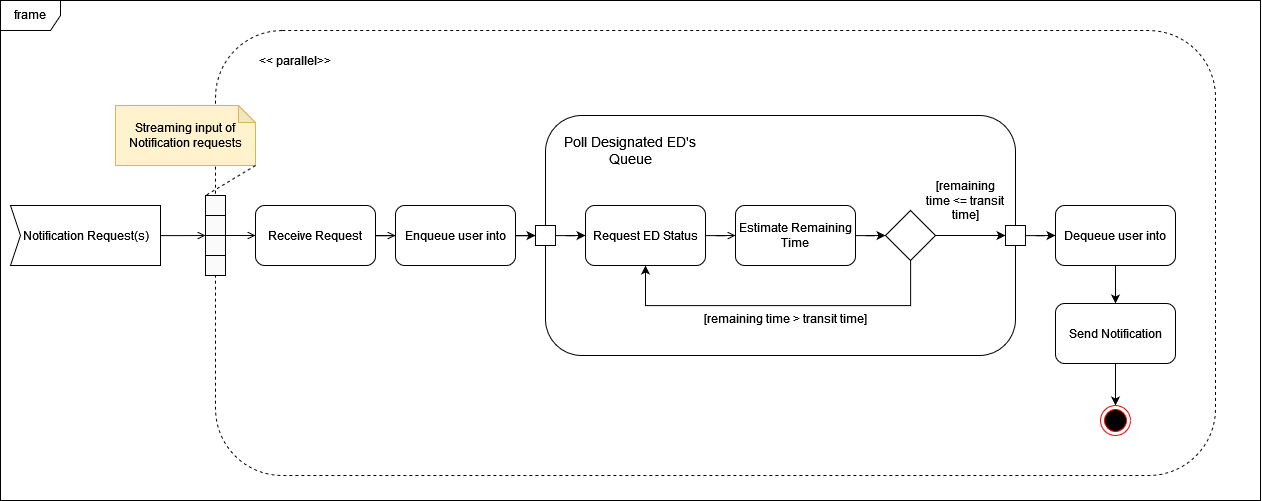
This is Assets/M3/Notification_AFD.drawio.png from uvic-teach/project-m1-team9, a draw.io export, as it was before one commit. Source tidied: cells renumbered, new cells last; positions are measured from the earlier drawing's top-left corner, leaving out a move shared by most shapes.
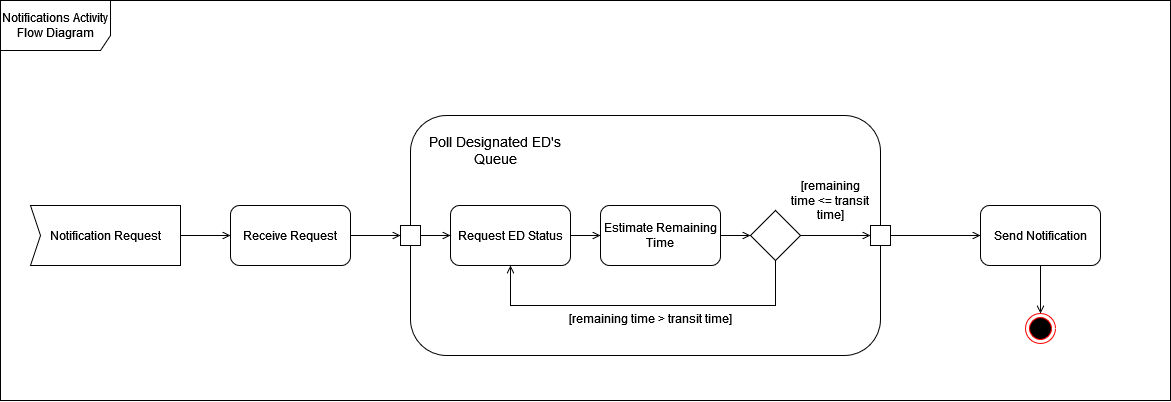
The same diagram one commit later.

Diff of the diagram source:
```diff
@@ -3,21 +3,16 @@
     <mxCell id="0" />
     <mxCell id="1" parent="0" />
     <mxCell id="2" style="rounded=0;whiteSpace=wrap;html=1;" parent="1" vertex="1">
-      <mxGeometry width="1260" height="500" as="geometry" />
+      <mxGeometry x="135" width="1170" height="400" as="geometry" />
     </mxCell>
-    <mxCell id="3" style="rounded=1;whiteSpace=wrap;html=1;dashed=1;" parent="1" vertex="1">
-      <mxGeometry x="215" y="30" width="1000" height="445" as="geometry" />
-    </mxCell>
-    <mxCell id="4" value="frame" style="shape=umlFrame;whiteSpace=wrap;html=1;" parent="1" vertex="1">
-      <mxGeometry width="1260" height="500" as="geometry" />
+    <mxCell id="4" value="Notifications Activity Flow Diagram" style="shape=umlFrame;whiteSpace=wrap;html=1;width=110;height=50;" parent="1" vertex="1">
+      <mxGeometry x="135" width="1170" height="400" as="geometry" />
     </mxCell>
-    <mxCell id="5" style="edgeStyle=orthogonalEdgeStyle;rounded=0;jettySize=auto;html=1;endArrow=open;endFill=0;" parent="1" edge="1" source="6">
-      <mxGeometry relative="1" as="geometry">
-        <mxPoint x="205" y="235" as="targetPoint" />
-      </mxGeometry>
+    <mxCell id="5" style="edgeStyle=orthogonalEdgeStyle;rounded=0;jettySize=auto;html=1;endArrow=open;endFill=0;entryX=0;entryY=0.5;entryDx=0;entryDy=0;" parent="1" edge="1" source="6" target="24">
+      <mxGeometry relative="1" as="geometry" />
     </mxCell>
-    <mxCell id="6" value="Notification Request(s)" style="html=1;shadow=0;dashed=0;align=center;verticalAlign=middle;shape=mxgraph.arrows2.arrow;dy=0;dx=0;notch=10;" parent="1" vertex="1">
-      <mxGeometry x="10" y="205" width="150" height="60" as="geometry" />
+    <mxCell id="6" value="Notification Request" style="html=1;shadow=0;dashed=0;align=center;verticalAlign=middle;shape=mxgraph.arrows2.arrow;dy=0;dx=0;notch=10;" parent="1" vertex="1">
+      <mxGeometry x="165" y="205" width="150" height="60" as="geometry" />
     </mxCell>
     <mxCell id="7" style="rounded=1;whiteSpace=wrap;html=1;" parent="1" vertex="1">
       <mxGeometry x="545" y="115" width="470" height="240" as="geometry" />
@@ -28,7 +23,7 @@
     <mxCell id="9" value="Request ED Status" style="rounded=1;whiteSpace=wrap;html=1;" parent="1" vertex="1">
       <mxGeometry x="585" y="205" width="120" height="60" as="geometry" />
     </mxCell>
-    <mxCell id="10" style="edgeStyle=orthogonalEdgeStyle;rounded=0;jettySize=auto;html=1;entryX=0;entryY=0.5;entryDx=0;entryDy=0;" parent="1" edge="1" source="11" target="17">
+    <mxCell id="10" style="edgeStyle=orthogonalEdgeStyle;rounded=0;jettySize=auto;html=1;entryX=0;entryY=0.5;entryDx=0;entryDy=0;endArrow=open;endFill=0;" parent="1" edge="1" source="11" target="17">
       <mxGeometry relative="1" as="geometry" />
     </mxCell>
     <mxCell id="11" value="Estimate Remaining Time" style="rounded=1;whiteSpace=wrap;html=1;" parent="1" vertex="1">
@@ -37,16 +32,16 @@
     <mxCell id="12" value="&lt;font style=&quot;font-size: 14px;&quot;&gt;Poll Designated ED's Queue&lt;/font&gt;" style="text;html=1;strokeColor=none;fillColor=none;align=center;verticalAlign=middle;whiteSpace=wrap;rounded=0;" parent="1" vertex="1">
       <mxGeometry x="555" y="135" width="150" height="30" as="geometry" />
     </mxCell>
-    <mxCell id="13" style="edgeStyle=orthogonalEdgeStyle;rounded=0;jettySize=auto;html=1;entryX=0;entryY=0.5;entryDx=0;entryDy=0;" parent="1" edge="1" source="14" target="9">
+    <mxCell id="13" style="edgeStyle=orthogonalEdgeStyle;rounded=0;jettySize=auto;html=1;entryX=0;entryY=0.5;entryDx=0;entryDy=0;endArrow=open;endFill=0;" parent="1" edge="1" source="14" target="9">
       <mxGeometry relative="1" as="geometry" />
     </mxCell>
     <mxCell id="14" style="whiteSpace=wrap;html=1;" parent="1" vertex="1">
       <mxGeometry x="535" y="225" width="20" height="20" as="geometry" />
     </mxCell>
-    <mxCell id="15" style="edgeStyle=orthogonalEdgeStyle;rounded=0;jettySize=auto;html=1;entryX=0;entryY=0.5;entryDx=0;entryDy=0;" parent="1" edge="1" source="17" target="19">
+    <mxCell id="15" style="edgeStyle=orthogonalEdgeStyle;rounded=0;jettySize=auto;html=1;entryX=0;entryY=0.5;entryDx=0;entryDy=0;endArrow=open;endFill=0;" parent="1" edge="1" source="17" target="19">
       <mxGeometry relative="1" as="geometry" />
     </mxCell>
-    <mxCell id="16" style="edgeStyle=orthogonalEdgeStyle;rounded=0;jettySize=auto;html=1;entryX=0.5;entryY=1;entryDx=0;entryDy=0;" parent="1" edge="1" source="17" target="9">
+    <mxCell id="16" style="edgeStyle=orthogonalEdgeStyle;rounded=0;jettySize=auto;html=1;entryX=0.5;entryY=1;entryDx=0;entryDy=0;endArrow=open;endFill=0;" parent="1" edge="1" source="17" target="9">
       <mxGeometry relative="1" as="geometry">
         <Array as="points">
           <mxPoint x="910" y="305" />
@@ -57,8 +52,10 @@
     <mxCell id="17" style="rhombus;whiteSpace=wrap;html=1;" parent="1" vertex="1">
       <mxGeometry x="885" y="210" width="50" height="50" as="geometry" />
     </mxCell>
-    <mxCell id="18" style="edgeStyle=orthogonalEdgeStyle;rounded=0;jettySize=auto;html=1;entryX=0;entryY=0.5;entryDx=0;entryDy=0;" parent="1" edge="1" source="19" target="35">
-      <mxGeometry relative="1" as="geometry" />
+    <mxCell id="18" style="edgeStyle=orthogonalEdgeStyle;rounded=0;jettySize=auto;html=1;endArrow=open;endFill=0;" parent="1" edge="1" source="19">
+      <mxGeometry relative="1" as="geometry">
+        <mxPoint x="1115" y="235" as="targetPoint" />
+      </mxGeometry>
     </mxCell>
     <mxCell id="19" style="whiteSpace=wrap;html=1;" parent="1" vertex="1">
       <mxGeometry x="1005" y="225" width="20" height="20" as="geometry" />
@@ -69,58 +66,20 @@
     <mxCell id="21" value="[remaining time &amp;gt; transit time]" style="text;html=1;strokeColor=none;fillColor=none;align=center;verticalAlign=middle;whiteSpace=wrap;rounded=0;" parent="1" vertex="1">
       <mxGeometry x="695" y="303" width="180" height="30" as="geometry" />
     </mxCell>
-    <mxCell id="22" style="edgeStyle=orthogonalEdgeStyle;rounded=0;jettySize=auto;html=1;exitX=0;exitY=0.5;exitDx=0;exitDy=0;endArrow=none;endFill=0;startArrow=open;startFill=0;" parent="1" edge="1" source="24">
-      <mxGeometry relative="1" as="geometry">
-        <mxPoint x="225" y="235" as="targetPoint" />
-      </mxGeometry>
-    </mxCell>
-    <mxCell id="23" style="edgeStyle=orthogonalEdgeStyle;rounded=0;jettySize=auto;html=1;entryX=0;entryY=0.5;entryDx=0;entryDy=0;endArrow=open;endFill=0;" parent="1" edge="1" source="24" target="26">
+    <mxCell id="23" style="edgeStyle=orthogonalEdgeStyle;rounded=0;jettySize=auto;html=1;entryX=0;entryY=0.5;entryDx=0;entryDy=0;endArrow=open;endFill=0;" parent="1" edge="1" source="24" target="14">
       <mxGeometry relative="1" as="geometry" />
     </mxCell>
     <mxCell id="24" value="Receive Request" style="rounded=1;whiteSpace=wrap;html=1;" parent="1" vertex="1">
-      <mxGeometry x="255" y="205" width="120" height="60" as="geometry" />
+      <mxGeometry x="365" y="205" width="120" height="60" as="geometry" />
     </mxCell>
-    <mxCell id="25" style="edgeStyle=orthogonalEdgeStyle;rounded=0;jettySize=auto;html=1;entryX=0;entryY=0.5;entryDx=0;entryDy=0;" parent="1" edge="1" source="26" target="14">
-      <mxGeometry relative="1" as="geometry" />
-    </mxCell>
-    <mxCell id="26" value="Enqueue user into " style="rounded=1;whiteSpace=wrap;html=1;" parent="1" vertex="1">
-      <mxGeometry x="395" y="205" width="120" height="60" as="geometry" />
-    </mxCell>
-    <mxCell id="27" value="&amp;lt;&amp;lt; parallel&amp;gt;&amp;gt;" style="text;html=1;strokeColor=none;fillColor=none;align=center;verticalAlign=middle;whiteSpace=wrap;rounded=0;" parent="1" vertex="1">
-      <mxGeometry x="245" y="45" width="100" height="30" as="geometry" />
-    </mxCell>
-    <mxCell id="28" style="whiteSpace=wrap;html=1;fillColor=#FAFAFA;" parent="1" vertex="1">
-      <mxGeometry x="205" y="195" width="20" height="20" as="geometry" />
-    </mxCell>
-    <mxCell id="29" style="whiteSpace=wrap;html=1;fillColor=#FAFAFA;" parent="1" vertex="1">
-      <mxGeometry x="205" y="215" width="20" height="20" as="geometry" />
-    </mxCell>
-    <mxCell id="30" style="whiteSpace=wrap;html=1;fillColor=#FAFAFA;" parent="1" vertex="1">
-      <mxGeometry x="205" y="235" width="20" height="20" as="geometry" />
-    </mxCell>
-    <mxCell id="31" style="whiteSpace=wrap;html=1;fillColor=#FAFAFA;" parent="1" vertex="1">
-      <mxGeometry x="205" y="255" width="20" height="20" as="geometry" />
-    </mxCell>
-    <mxCell id="32" value="&lt;div&gt;Streaming input of Notification requests&lt;/div&gt;" style="shape=note;whiteSpace=wrap;html=1;backgroundOutline=1;darkOpacity=0.05;fillColor=#fff2cc;strokeColor=#d6b656;size=17;" parent="1" vertex="1">
-      <mxGeometry x="115" y="105" width="140" height="60" as="geometry" />
-    </mxCell>
-    <mxCell id="33" style="endArrow=none;dashed=1;html=1;rounded=0;exitX=1;exitY=1;exitDx=0;exitDy=0;exitPerimeter=0;entryX=0;entryY=0;entryDx=0;entryDy=0;" parent="1" edge="1" source="32" target="28">
-      <mxGeometry relative="1" as="geometry" />
-    </mxCell>
-    <mxCell id="34" style="edgeStyle=orthogonalEdgeStyle;rounded=0;jettySize=auto;html=1;entryX=0.5;entryY=0;entryDx=0;entryDy=0;" parent="1" edge="1" source="35" target="37">
-      <mxGeometry relative="1" as="geometry" />
-    </mxCell>
-    <mxCell id="35" value="Dequeue user into " style="rounded=1;whiteSpace=wrap;html=1;" parent="1" vertex="1">
-      <mxGeometry x="1055" y="205" width="120" height="60" as="geometry" />
-    </mxCell>
-    <mxCell id="36" style="edgeStyle=orthogonalEdgeStyle;rounded=0;jettySize=auto;html=1;entryX=0.5;entryY=0;entryDx=0;entryDy=0;" parent="1" edge="1" source="37" target="38">
+    <mxCell id="36" style="edgeStyle=orthogonalEdgeStyle;rounded=0;jettySize=auto;html=1;entryX=0.5;entryY=0;entryDx=0;entryDy=0;endArrow=open;endFill=0;" parent="1" edge="1" source="37" target="38">
       <mxGeometry relative="1" as="geometry" />
     </mxCell>
     <mxCell id="37" value="Send Notification" style="rounded=1;whiteSpace=wrap;html=1;" parent="1" vertex="1">
-      <mxGeometry x="1055" y="303" width="120" height="60" as="geometry" />
+      <mxGeometry x="1115" y="205" width="120" height="60" as="geometry" />
     </mxCell>
     <mxCell id="38" style="ellipse;html=1;shape=endState;fillColor=#000000;strokeColor=#ff0000;" parent="1" vertex="1">
-      <mxGeometry x="1100" y="405" width="30" height="30" as="geometry" />
+      <mxGeometry x="1160" y="313" width="30" height="30" as="geometry" />
     </mxCell>
   </root>
 </mxGraphModel>
```
